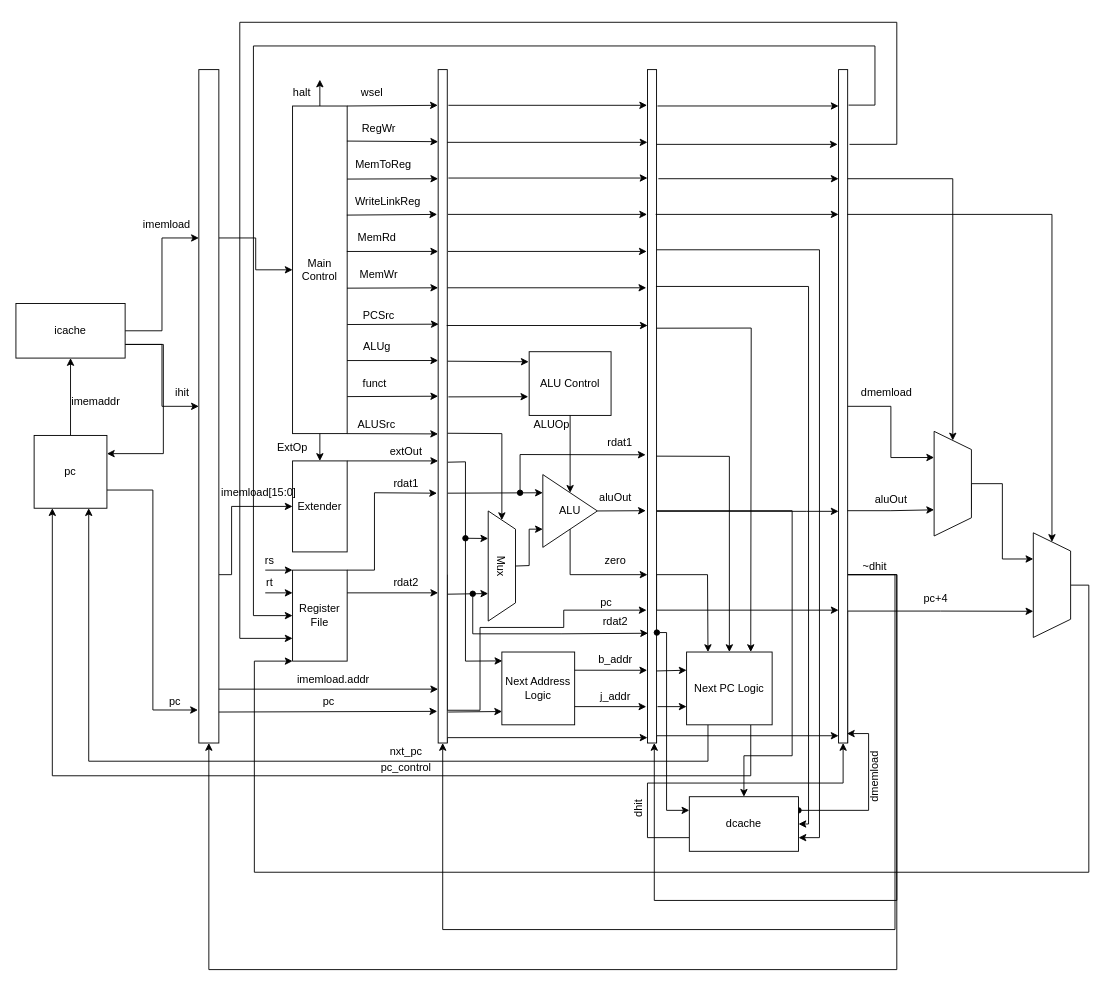
Before: Pipeline.drawio.xml in dsrasheed/ece437, a draw.io diagram. Source tidied: cells renumbered, new cells numbered last; positions are measured from the earlier drawing's top-left corner, leaving out a move shared by most shapes. Both pictures are drawn from the tidied source at 91%, with x=0, y=0 at pixel (15, 22).
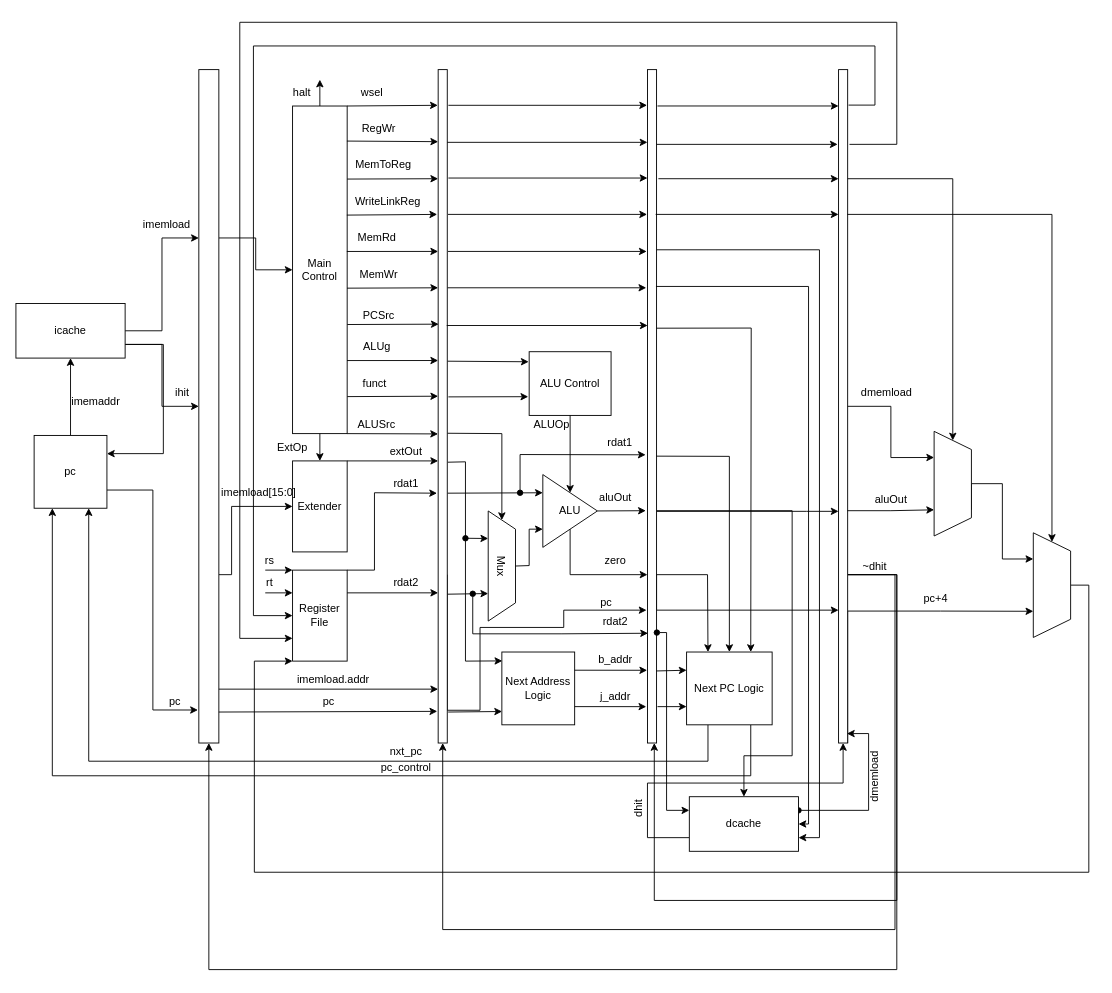
The same page after the edit.

The change refers to these unchanged cells:
```xml
<mxCell id="26" style="rounded=0;whiteSpace=wrap;html=1;" parent="1" vertex="1">
  <mxGeometry x="464" y="52" width="10" height="740" as="geometry" />
</mxCell>
<mxCell id="45" style="rounded=0;whiteSpace=wrap;html=1;" parent="1" vertex="1">
  <mxGeometry x="694" y="52" width="10" height="740" as="geometry" />
</mxCell>
```

What changed in the source:
```diff
@@
-    <mxCell id="24" style="edgeStyle=orthogonalEdgeStyle;rounded=0;jettySize=auto;html=1;exitX=1;exitY=1;exitDx=0;exitDy=0;startArrow=none;startFill=0;entryX=0;entryY=0.992;entryDx=0;entryDy=0;entryPerimeter=0;" parent="1" edge="1" source="26" target="45">
-      <mxGeometry relative="1" as="geometry">
-        <Array as="points">
-          <mxPoint x="474" y="786" />
-        </Array>
-      </mxGeometry>
-    </mxCell>
@@
-    <mxCell id="43" style="edgeStyle=orthogonalEdgeStyle;rounded=0;jettySize=auto;html=1;exitX=1;exitY=1;exitDx=0;exitDy=0;startArrow=none;startFill=0;" parent="1" edge="1" source="45">
-      <mxGeometry relative="1" as="geometry">
-        <mxPoint x="904" y="784" as="targetPoint" />
-        <Array as="points">
-          <mxPoint x="704" y="784" />
-          <mxPoint x="904" y="784" />
-        </Array>
-      </mxGeometry>
-    </mxCell>
```
